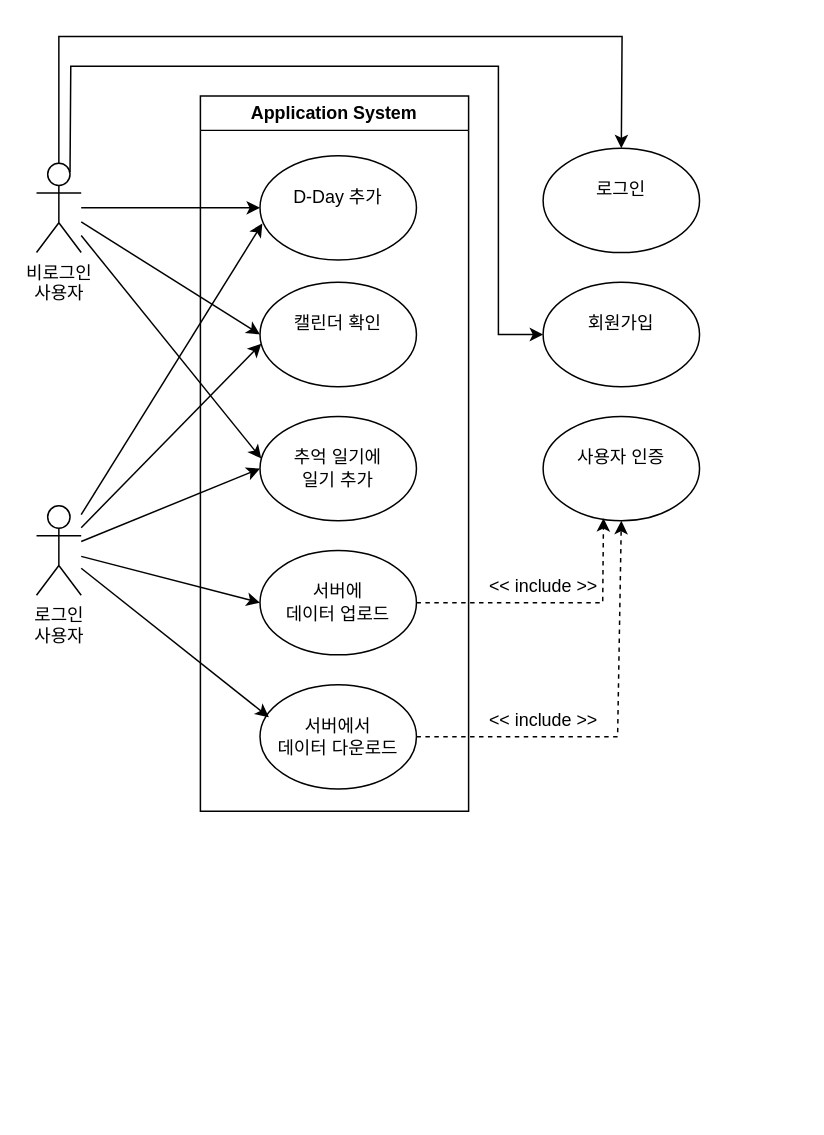
Earlier version of the draw.io diagram use case diagram.drawio (baechuTree/softwareEngineering). Source tidied: cells renumbered, new cells numbered last; positions are measured from the earlier drawing's top-left corner, leaving out a move shared by most shapes. Both pictures are drawn from the tidied source at 149%, with x=0, y=0 at pixel (36, 36).
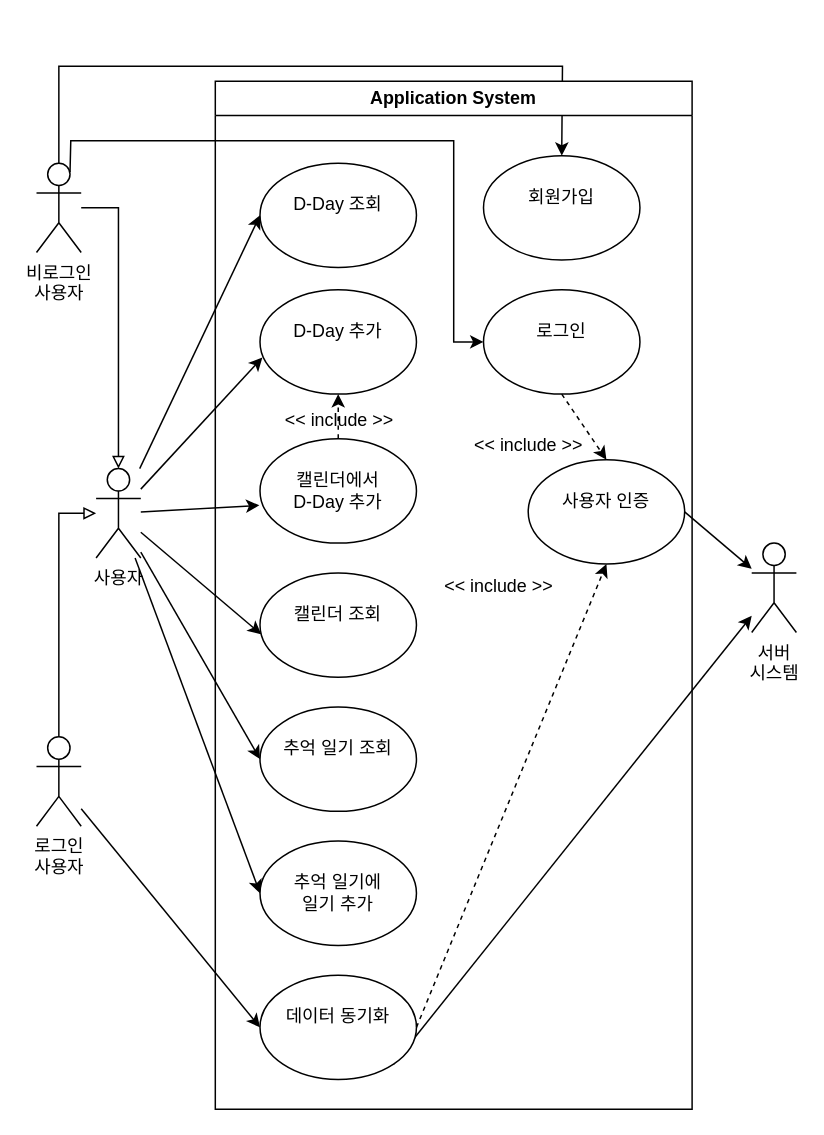
After the change.

The change refers to these unchanged cells:
```xml
<mxCell id="3" value="비로그인&lt;div&gt;사용자&lt;/div&gt;" style="shape=umlActor;verticalLabelPosition=bottom;verticalAlign=top;html=1;outlineConnect=0;" parent="1" vertex="1">
  <mxGeometry y="85" width="30" height="60" as="geometry" />
</mxCell>
```

What changed in the source:
```diff
@@
-    <mxCell id="2" style="edgeStyle=orthogonalEdgeStyle;rounded=0;jettySize=auto;html=1;" parent="1" edge="1" source="3" target="5">
-      <mxGeometry relative="1" as="geometry" />
-    </mxCell>
@@
-    <mxCell id="4" value="로그인&lt;div&gt;사용자&lt;/div&gt;" style="shape=umlActor;verticalLabelPosition=bottom;verticalAlign=top;html=1;outlineConnect=0;" parent="1" vertex="1">
-      <mxGeometry y="315" width="30" height="60" as="geometry" />
+    <mxCell id="4" value="&lt;div&gt;사용자&lt;/div&gt;" style="shape=umlActor;verticalLabelPosition=bottom;verticalAlign=top;html=1;outlineConnect=0;" parent="1" vertex="1">
+      <mxGeometry x="40" y="290" width="30" height="60" as="geometry" />
     </mxCell>
-    <mxCell id="5" value="&lt;div&gt;&lt;br&gt;&lt;/div&gt;&lt;div&gt;&lt;span style=&quot;background-color: transparent; color: light-dark(rgb(0, 0, 0), rgb(255, 255, 255));&quot;&gt;D-Day 추가&lt;/span&gt;&lt;/div&gt;" style="ellipse;whiteSpace=wrap;html=1;verticalAlign=top;align=center;" parent="1" vertex="1">
-      <mxGeometry x="150" y="80" width="105" height="70" as="geometry" />
-    </mxCell>
-    <mxCell id="6" value="&lt;div&gt;&lt;br&gt;&lt;/div&gt;&lt;div&gt;캘린더 확인&lt;/div&gt;" style="ellipse;whiteSpace=wrap;html=1;verticalAlign=top;align=center;" parent="1" vertex="1">
-      <mxGeometry x="150" y="165" width="105" height="70" as="geometry" />
-    </mxCell>
-    <mxCell id="7" value="&lt;div&gt;&lt;br&gt;&lt;/div&gt;&lt;div&gt;추억 일기에&lt;/div&gt;&lt;div&gt;일기 추가&lt;/div&gt;" style="ellipse;whiteSpace=wrap;html=1;verticalAlign=top;align=center;" parent="1" vertex="1">
-      <mxGeometry x="150" y="255" width="105" height="70" as="geometry" />
-    </mxCell>
-    <mxCell id="8" style="endArrow=classic;html=1;rounded=0;entryX=0;entryY=0.5;entryDx=0;entryDy=0;" parent="1" edge="1" source="3" target="6">
-      <mxGeometry relative="1" as="geometry" />
-    </mxCell>
-    <mxCell id="9" style="endArrow=classic;html=1;rounded=0;entryX=0.008;entryY=0.403;entryDx=0;entryDy=0;entryPerimeter=0;" parent="1" edge="1" source="3" target="7">
+    <mxCell id="9" style="endArrow=classic;html=1;rounded=0;entryX=0;entryY=0.5;entryDx=0;entryDy=0;" parent="1" edge="1" source="4" target="37">
       <mxGeometry relative="1" as="geometry" />
     </mxCell>
-    <mxCell id="10" value="&lt;div&gt;&lt;br&gt;&lt;/div&gt;&lt;div&gt;서버에&lt;/div&gt;&lt;div&gt;데이터 업로드&lt;/div&gt;" style="ellipse;whiteSpace=wrap;html=1;verticalAlign=top;align=center;" parent="1" vertex="1">
-      <mxGeometry x="150" y="345" width="105" height="70" as="geometry" />
-    </mxCell>
-    <mxCell id="11" value="&lt;br&gt;&lt;div&gt;서버에서&lt;/div&gt;&lt;div&gt;데이터 다운로드&lt;/div&gt;" style="ellipse;whiteSpace=wrap;html=1;verticalAlign=top;align=center;" parent="1" vertex="1">
-      <mxGeometry x="150" y="435" width="105" height="70" as="geometry" />
-    </mxCell>
-    <mxCell id="12" style="endArrow=classic;html=1;rounded=0;entryX=0.057;entryY=0.312;entryDx=0;entryDy=0;entryPerimeter=0;" parent="1" edge="1" source="4" target="11">
-      <mxGeometry relative="1" as="geometry" />
-    </mxCell>
-    <mxCell id="13" style="endArrow=classic;html=1;rounded=0;entryX=0;entryY=0.5;entryDx=0;entryDy=0;" parent="1" edge="1" source="4" target="10">
-      <mxGeometry relative="1" as="geometry" />
-    </mxCell>
@@
-    <mxCell id="17" value="&lt;div&gt;&lt;br&gt;&lt;/div&gt;&lt;div&gt;사용자 인증&lt;/div&gt;" style="ellipse;whiteSpace=wrap;html=1;verticalAlign=top;align=center;" parent="1" vertex="1">
-      <mxGeometry x="340" y="255" width="105" height="70" as="geometry" />
-    </mxCell>
-    <mxCell id="18" value="&amp;lt;&amp;lt; include &amp;gt;&amp;gt;" style="text;html=1;align=center;verticalAlign=middle;strokeColor=none;fillColor=none;" parent="1" vertex="1">
-      <mxGeometry x="290" y="354" width="100" height="30" as="geometry" />
-    </mxCell>
-    <mxCell id="19" style="endArrow=classic;html=1;rounded=0;exitX=1;exitY=0.5;exitDx=0;exitDy=0;entryX=0.386;entryY=0.975;entryDx=0;entryDy=0;dashed=1;entryPerimeter=0;" parent="1" edge="1" source="10" target="17">
-      <mxGeometry relative="1" as="geometry">
-        <Array as="points">
-          <mxPoint x="380" y="380" />
-        </Array>
-      </mxGeometry>
-    </mxCell>
-    <mxCell id="20" style="endArrow=classic;html=1;rounded=0;exitX=1;exitY=0.5;exitDx=0;exitDy=0;entryX=0.5;entryY=1;entryDx=0;entryDy=0;dashed=1;" parent="1" edge="1" source="11" target="17">
-      <mxGeometry relative="1" as="geometry">
-        <Array as="points">
-          <mxPoint x="390" y="470" />
-        </Array>
-      </mxGeometry>
-    </mxCell>
-    <mxCell id="21" value="&amp;lt;&amp;lt; include &amp;gt;&amp;gt;" style="text;html=1;align=center;verticalAlign=middle;strokeColor=none;fillColor=none;" parent="1" vertex="1">
-      <mxGeometry x="290" y="444" width="100" height="30" as="geometry" />
-    </mxCell>
-    <mxCell id="22" value="&lt;div&gt;&lt;br&gt;&lt;/div&gt;&lt;div&gt;로그인&lt;/div&gt;" style="ellipse;whiteSpace=wrap;html=1;verticalAlign=top;align=center;" parent="1" vertex="1">
-      <mxGeometry x="340" y="75" width="105" height="70" as="geometry" />
-    </mxCell>
-    <mxCell id="23" value="&lt;br&gt;&lt;div&gt;회원가입&lt;/div&gt;" style="ellipse;whiteSpace=wrap;html=1;verticalAlign=top;align=center;" parent="1" vertex="1">
-      <mxGeometry x="340" y="165" width="105" height="70" as="geometry" />
-    </mxCell>
-    <mxCell id="24" style="endArrow=classic;html=1;rounded=0;entryX=0;entryY=0.5;entryDx=0;entryDy=0;exitX=0.75;exitY=0.1;exitDx=0;exitDy=0;exitPerimeter=0;" parent="1" edge="1" source="3" target="23">
+    <mxCell id="24" style="endArrow=classic;html=1;rounded=0;entryX=0.5;entryY=0;entryDx=0;entryDy=0;exitX=0.5;exitY=0;exitDx=0;exitDy=0;exitPerimeter=0;" parent="1" edge="1" source="3" target="23">
       <mxGeometry relative="1" as="geometry">
         <Array as="points">
-          <mxPoint x="23" y="20" />
-          <mxPoint x="310" y="20" />
-          <mxPoint x="310" y="200" />
+          <mxPoint x="15" y="20" />
+          <mxPoint x="353" y="20" />
         </Array>
       </mxGeometry>
     </mxCell>
-    <mxCell id="25" style="endArrow=classic;html=1;rounded=0;entryX=0.5;entryY=0;entryDx=0;entryDy=0;" parent="1" edge="1" source="3" target="22">
+    <mxCell id="25" style="endArrow=classic;html=1;rounded=0;entryX=0;entryY=0.5;entryDx=0;entryDy=0;exitX=0.75;exitY=0.1;exitDx=0;exitDy=0;exitPerimeter=0;" parent="1" edge="1" source="3" target="22">
       <mxGeometry relative="1" as="geometry">
         <Array as="points">
-          <mxPoint x="15" />
-          <mxPoint x="393" />
+          <mxPoint x="23" y="70" />
+          <mxPoint x="280" y="70" />
+          <mxPoint x="280" y="205" />
         </Array>
       </mxGeometry>
     </mxCell>
     <mxCell id="26" value="Application System" style="swimlane;whiteSpace=wrap;html=1;" parent="1" vertex="1">
-      <mxGeometry x="110" y="40" width="180" height="480" as="geometry" />
+      <mxGeometry x="120" y="30" width="320" height="690" as="geometry" />
     </mxCell>
+    <mxCell id="17" value="&lt;div&gt;&lt;br&gt;&lt;/div&gt;&lt;div&gt;사용자 인증&lt;/div&gt;" style="ellipse;whiteSpace=wrap;html=1;verticalAlign=top;align=center;" parent="26" vertex="1">
+      <mxGeometry x="210" y="254" width="105" height="70" as="geometry" />
+    </mxCell>
+    <mxCell id="22" value="&lt;div&gt;&lt;br&gt;&lt;/div&gt;&lt;div&gt;로그인&lt;/div&gt;" style="ellipse;whiteSpace=wrap;html=1;verticalAlign=top;align=center;" parent="26" vertex="1">
+      <mxGeometry x="180" y="140" width="105" height="70" as="geometry" />
+    </mxCell>
+    <mxCell id="23" value="&lt;br&gt;&lt;div&gt;회원가입&lt;/div&gt;" style="ellipse;whiteSpace=wrap;html=1;verticalAlign=top;align=center;" parent="26" vertex="1">
+      <mxGeometry x="180" y="50" width="105" height="70" as="geometry" />
+    </mxCell>
+    <mxCell id="18" value="&amp;lt;&amp;lt; include &amp;gt;&amp;gt;" style="text;html=1;align=center;verticalAlign=middle;strokeColor=none;fillColor=none;" parent="26" vertex="1">
+      <mxGeometry x="140" y="324" width="100" height="30" as="geometry" />
+    </mxCell>
+    <mxCell id="27" value="&amp;lt;&amp;lt; include &amp;gt;&amp;gt;" style="text;html=1;align=center;verticalAlign=middle;strokeColor=none;fillColor=none;" parent="26" vertex="1">
+      <mxGeometry x="32.5" y="213" width="100" height="30" as="geometry" />
+    </mxCell>
+    <mxCell id="28" style="endArrow=classic;html=1;rounded=0;exitX=0.5;exitY=1;exitDx=0;exitDy=0;entryX=0.5;entryY=0;entryDx=0;entryDy=0;dashed=1;" parent="26" edge="1" source="22" target="17">
+      <mxGeometry relative="1" as="geometry" />
+    </mxCell>
+    <mxCell id="6" value="&lt;div&gt;&lt;br&gt;&lt;/div&gt;&lt;div&gt;캘린더 조회&lt;/div&gt;" style="ellipse;whiteSpace=wrap;html=1;verticalAlign=top;align=center;" parent="26" vertex="1">
+      <mxGeometry x="30" y="330" width="105" height="70" as="geometry" />
+    </mxCell>
+    <mxCell id="7" value="&lt;div&gt;&lt;br&gt;&lt;/div&gt;&lt;div&gt;추억 일기&amp;nbsp;&lt;span style=&quot;background-color: transparent; color: light-dark(rgb(0, 0, 0), rgb(255, 255, 255));&quot;&gt;조회&lt;/span&gt;&lt;/div&gt;" style="ellipse;whiteSpace=wrap;html=1;verticalAlign=top;align=center;" parent="26" vertex="1">
+      <mxGeometry x="30" y="420" width="105" height="70" as="geometry" />
+    </mxCell>
+    <mxCell id="29" value="&lt;div&gt;&lt;br&gt;&lt;/div&gt;&lt;div&gt;캘린더에서&lt;/div&gt;&lt;div&gt;D-Day 추가&lt;/div&gt;" style="ellipse;whiteSpace=wrap;html=1;verticalAlign=top;align=center;" parent="26" vertex="1">
+      <mxGeometry x="30" y="240" width="105" height="70" as="geometry" />
+    </mxCell>
+    <mxCell id="5" value="&lt;div&gt;&lt;br&gt;&lt;/div&gt;&lt;div&gt;&lt;span style=&quot;background-color: transparent; color: light-dark(rgb(0, 0, 0), rgb(255, 255, 255));&quot;&gt;D-Day 추가&lt;/span&gt;&lt;/div&gt;" style="ellipse;whiteSpace=wrap;html=1;verticalAlign=top;align=center;" parent="26" vertex="1">
+      <mxGeometry x="30" y="140" width="105" height="70" as="geometry" />
+    </mxCell>
+    <mxCell id="30" style="endArrow=classic;html=1;rounded=0;exitX=0.5;exitY=0;exitDx=0;exitDy=0;entryX=0.5;entryY=1;entryDx=0;entryDy=0;dashed=1;" parent="26" edge="1" source="29" target="5">
+      <mxGeometry relative="1" as="geometry" />
+    </mxCell>
+    <mxCell id="31" value="&lt;div&gt;&lt;br&gt;&lt;/div&gt;&lt;div&gt;&lt;span style=&quot;background-color: transparent; color: light-dark(rgb(0, 0, 0), rgb(255, 255, 255));&quot;&gt;D-Day 조회&lt;/span&gt;&lt;/div&gt;" style="ellipse;whiteSpace=wrap;html=1;verticalAlign=top;align=center;" parent="26" vertex="1">
+      <mxGeometry x="30" y="55" width="105" height="70" as="geometry" />
+    </mxCell>
+    <mxCell id="32" value="서버&lt;div&gt;시스템&lt;/div&gt;" style="shape=umlActor;verticalLabelPosition=bottom;verticalAlign=top;html=1;outlineConnect=0;" parent="1" vertex="1">
+      <mxGeometry x="480" y="340" width="30" height="60" as="geometry" />
+    </mxCell>
+    <mxCell id="33" style="endArrow=classic;html=1;rounded=0;exitX=1;exitY=1;exitDx=0;exitDy=0;" parent="1" edge="1" source="10" target="32">
+      <mxGeometry relative="1" as="geometry" />
+    </mxCell>
+    <mxCell id="34" style="endArrow=classic;html=1;rounded=0;exitX=1;exitY=0.5;exitDx=0;exitDy=0;" parent="1" edge="1" source="17" target="32">
+      <mxGeometry relative="1" as="geometry" />
+    </mxCell>
+    <mxCell id="35" style="endArrow=classic;html=1;rounded=0;entryX=-0.004;entryY=0.638;entryDx=0;entryDy=0;entryPerimeter=0;" parent="1" edge="1" source="4" target="29">
+      <mxGeometry relative="1" as="geometry" />
+    </mxCell>
+    <mxCell id="36" value="&amp;lt;&amp;lt; include &amp;gt;&amp;gt;" style="text;html=1;align=center;verticalAlign=middle;strokeColor=none;fillColor=none;" parent="1" vertex="1">
+      <mxGeometry x="280" y="260" width="100" height="30" as="geometry" />
+    </mxCell>
+    <mxCell id="10" value="&lt;div&gt;&lt;br&gt;&lt;/div&gt;&lt;div&gt;데이터 동기화&lt;/div&gt;" style="ellipse;whiteSpace=wrap;html=1;verticalAlign=top;align=center;" parent="1" vertex="1">
+      <mxGeometry x="150" y="630" width="105" height="70" as="geometry" />
+    </mxCell>
+    <mxCell id="19" style="endArrow=classic;html=1;rounded=0;exitX=1;exitY=0.5;exitDx=0;exitDy=0;entryX=0.5;entryY=1;entryDx=0;entryDy=0;dashed=1;" parent="1" edge="1" source="10" target="17">
+      <mxGeometry relative="1" as="geometry" />
+    </mxCell>
+    <mxCell id="37" value="&lt;div&gt;&lt;br&gt;&lt;/div&gt;&lt;div&gt;추억 일기에&lt;/div&gt;&lt;div&gt;일기 추가&lt;/div&gt;" style="ellipse;whiteSpace=wrap;html=1;verticalAlign=top;align=center;" parent="1" vertex="1">
+      <mxGeometry x="150" y="540" width="105" height="70" as="geometry" />
+    </mxCell>
+    <mxCell id="38" style="endArrow=classic;html=1;rounded=0;entryX=0;entryY=0.5;entryDx=0;entryDy=0;" parent="1" edge="1" source="4" target="31">
+      <mxGeometry relative="1" as="geometry" />
+    </mxCell>
+    <mxCell id="39" value="&lt;div&gt;로그인&lt;/div&gt;&lt;div&gt;사용자&lt;/div&gt;" style="shape=umlActor;verticalLabelPosition=bottom;verticalAlign=top;html=1;outlineConnect=0;" parent="1" vertex="1">
+      <mxGeometry y="470" width="30" height="60" as="geometry" />
+    </mxCell>
+    <mxCell id="40" style="endArrow=block;html=1;rounded=0;endFill=0;strokeWidth=1;" parent="1" edge="1" source="39">
+      <mxGeometry relative="1" as="geometry">
+        <mxPoint x="40" y="320" as="targetPoint" />
+        <Array as="points">
+          <mxPoint x="15" y="320" />
+        </Array>
+      </mxGeometry>
+    </mxCell>
+    <mxCell id="41" style="endArrow=block;html=1;rounded=0;endFill=0;strokeWidth=1;" parent="1" edge="1" source="3" target="4">
+      <mxGeometry relative="1" as="geometry">
+        <Array as="points">
+          <mxPoint x="55" y="115" />
+        </Array>
+      </mxGeometry>
+    </mxCell>
+    <mxCell id="42" style="endArrow=classic;html=1;rounded=0;entryX=0;entryY=0.5;entryDx=0;entryDy=0;" parent="1" edge="1" source="39" target="10">
+      <mxGeometry relative="1" as="geometry" />
+    </mxCell>
```
